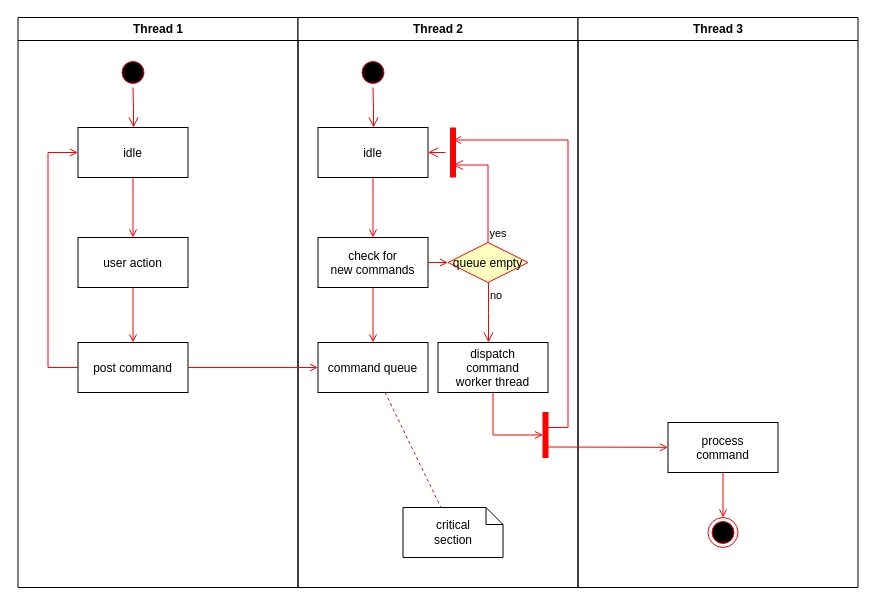
Above: activitydiagram.drawio in forthegame/ANU2024 (draw.io), before the change. Source tidied: cells renumbered, new cells numbered last; positions are measured from the earlier drawing's top-left corner, leaving out a move shared by most shapes. Both pictures are drawn from the tidied source at 100%, with x=0, y=0 at pixel (17, 17).
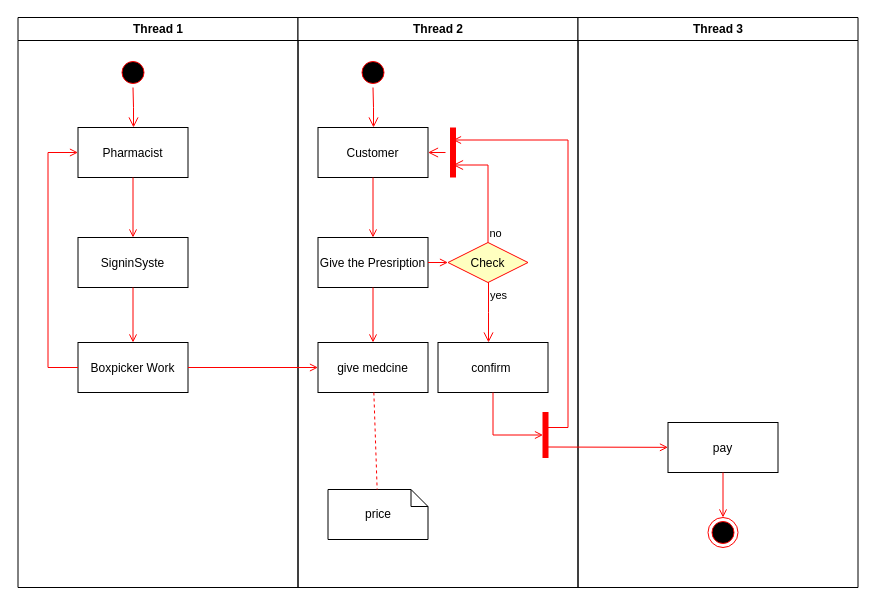
Above is the later version.

The change refers to these unchanged cells:
```xml
<mxCell id="2" value="Thread 1" style="swimlane;whiteSpace=wrap;" parent="1" vertex="1">
  <mxGeometry x="0.5" width="280" height="570" as="geometry" />
</mxCell>
<mxCell id="11" value="Thread 2" style="swimlane;whiteSpace=wrap;" parent="1" vertex="1">
  <mxGeometry x="280.5" width="280" height="570" as="geometry" />
</mxCell>
<mxCell id="23" style="shape=line;strokeWidth=6;strokeColor=#ff0000;rotation=90;" parent="11" vertex="1">
  <mxGeometry x="130" y="127.5" width="50" height="15" as="geometry" />
</mxCell>
<mxCell id="30" value="Thread 3" style="swimlane;whiteSpace=wrap;" parent="1" vertex="1">
  <mxGeometry x="560.5" width="280" height="570" as="geometry" />
</mxCell>
```

Change to the diagram source:
```diff
@@
-    <mxCell id="5" value="idle" parent="2" vertex="1">
+    <mxCell id="5" value="Pharmacist" parent="2" vertex="1">
       <mxGeometry x="60" y="110" width="110" height="50" as="geometry" />
     </mxCell>
-    <mxCell id="6" value="user action" parent="2" vertex="1">
+    <mxCell id="6" value="SigninSyste" parent="2" vertex="1">
       <mxGeometry x="60" y="220" width="110" height="50" as="geometry" />
     </mxCell>
@@
-    <mxCell id="8" value="post command" parent="2" vertex="1">
+    <mxCell id="8" value="Boxpicker Work" parent="2" vertex="1">
       <mxGeometry x="60" y="325" width="110" height="50" as="geometry" />
     </mxCell>
@@
-    <mxCell id="14" value="idle" parent="11" vertex="1">
+    <mxCell id="14" value="Customer" parent="11" vertex="1">
       <mxGeometry x="20" y="110" width="110" height="50" as="geometry" />
     </mxCell>
-    <mxCell id="15" value="check for &#10;new commands" parent="11" vertex="1">
+    <mxCell id="15" value="Give the Presription" parent="11" vertex="1">
       <mxGeometry x="20" y="220" width="110" height="50" as="geometry" />
     </mxCell>
@@
-    <mxCell id="17" value="command queue" parent="11" vertex="1">
+    <mxCell id="17" value="give medcine" parent="11" vertex="1">
       <mxGeometry x="20" y="325" width="110" height="50" as="geometry" />
     </mxCell>
@@
-    <mxCell id="19" value="queue empty" style="rhombus;fillColor=#ffffc0;strokeColor=#ff0000;" parent="11" vertex="1">
+    <mxCell id="19" value="Check" style="rhombus;fillColor=#ffffc0;strokeColor=#ff0000;" parent="11" vertex="1">
       <mxGeometry x="150" y="225" width="80" height="40" as="geometry" />
     </mxCell>
-    <mxCell id="20" value="yes" style="edgeStyle=elbowEdgeStyle;elbow=horizontal;align=left;verticalAlign=bottom;endArrow=open;endSize=8;strokeColor=#FF0000;exitX=0.5;exitY=0;endFill=1;rounded=0;entryX=0.75;entryY=0.5;entryPerimeter=0;" parent="11" edge="1" source="19" target="23">
+    <mxCell id="20" value="no" style="edgeStyle=elbowEdgeStyle;elbow=horizontal;align=left;verticalAlign=bottom;endArrow=open;endSize=8;strokeColor=#FF0000;exitX=0.5;exitY=0;endFill=1;rounded=0;entryX=0.75;entryY=0.5;entryPerimeter=0;" parent="11" edge="1" source="19" target="23">
       <mxGeometry x="-1" relative="1" as="geometry">
         <Array as="points">
           <mxPoint x="190" y="180" />
         </Array>
       </mxGeometry>
     </mxCell>
-    <mxCell id="21" value="no" style="edgeStyle=elbowEdgeStyle;elbow=horizontal;align=left;verticalAlign=top;endArrow=open;endSize=8;strokeColor=#FF0000;endFill=1;rounded=0;" parent="11" edge="1" source="19" target="25">
+    <mxCell id="21" value="yes" style="edgeStyle=elbowEdgeStyle;elbow=horizontal;align=left;verticalAlign=top;endArrow=open;endSize=8;strokeColor=#FF0000;endFill=1;rounded=0;" parent="11" edge="1" source="19" target="25">
       <mxGeometry x="-1" relative="1" as="geometry" />
     </mxCell>
@@
-    <mxCell id="25" value="dispatch&#10;command&#10;worker thread" parent="11" vertex="1">
+    <mxCell id="25" value="confirm " parent="11" vertex="1">
       <mxGeometry x="140" y="325" width="110" height="50" as="geometry" />
     </mxCell>
-    <mxCell id="26" value="critical&#10;section" style="shape=note;whiteSpace=wrap;size=17;" parent="11" vertex="1">
-      <mxGeometry x="105" y="490" width="100" height="50" as="geometry" />
+    <mxCell id="26" value="price" style="shape=note;whiteSpace=wrap;size=17;" parent="11" vertex="1">
+      <mxGeometry x="30" y="472" width="100" height="50" as="geometry" />
     </mxCell>
@@
-    <mxCell id="31" value="process&#10;command" parent="30" vertex="1">
+    <mxCell id="31" value="pay" parent="30" vertex="1">
       <mxGeometry x="90" y="405" width="110" height="50" as="geometry" />
     </mxCell>
```
